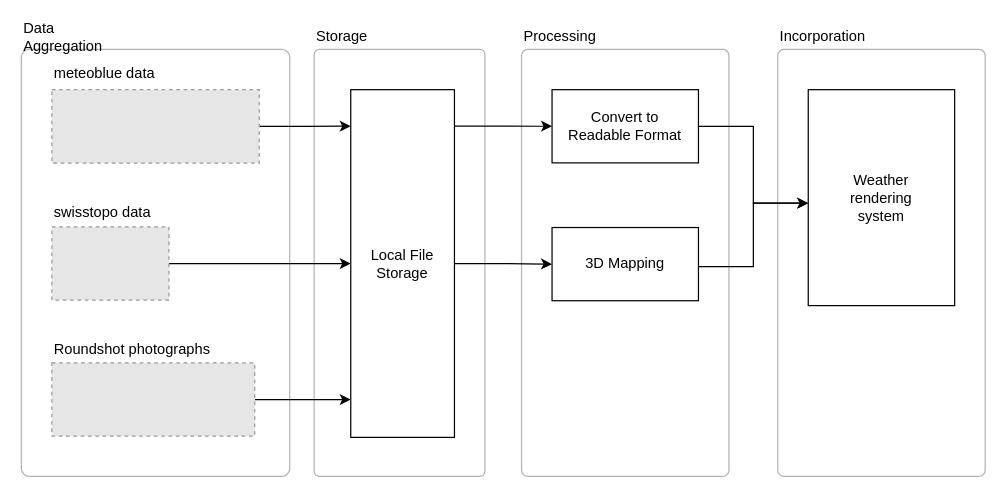
Above: doc/diagrams/weather rendering system (large).drawio in mth0348/2021-thesis (draw.io), before the change. Source tidied: cells renumbered, new cells numbered last; positions are measured from the earlier drawing's top-left corner, leaving out a move shared by most shapes. Both pictures are drawn from the tidied source at 122%, with x=0, y=0 at pixel (21, 24). Pictures stored in the file or linked from it are replaced by grey dashed boxes.
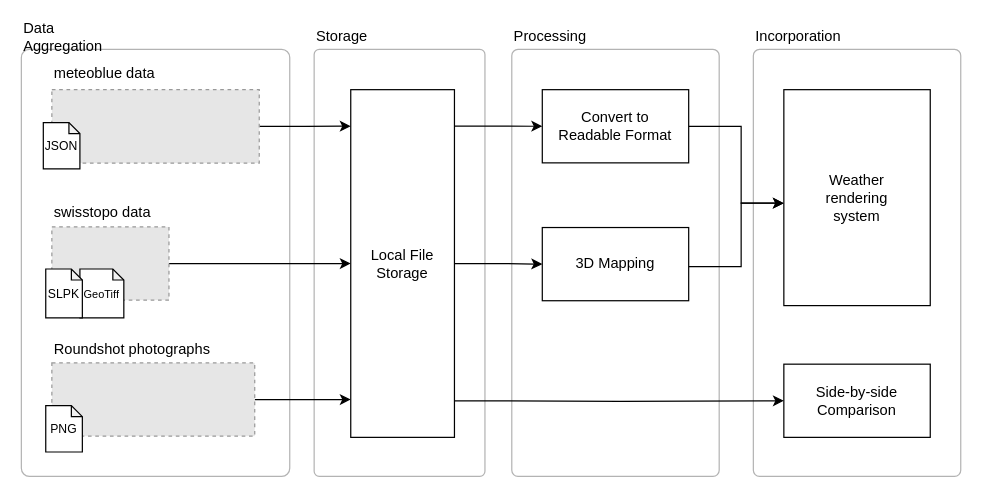
After the change.

Commit message (it also covers changes not shown here):
Updated large diagram.

Change to the diagram source:
```diff
@@
     <mxCell id="3" style="rounded=1;whiteSpace=wrap;html=1;fillColor=none;strokeColor=#B3B3B3;arcSize=3;" parent="1" vertex="1">
-      <mxGeometry x="620" y="20" width="170" height="350" as="geometry" />
+      <mxGeometry x="600" y="20" width="170" height="350" as="geometry" />
     </mxCell>
     <mxCell id="4" style="rounded=1;whiteSpace=wrap;html=1;fillColor=none;strokeColor=#B3B3B3;arcSize=3;" parent="1" vertex="1">
-      <mxGeometry x="410" y="20" width="170" height="350" as="geometry" />
+      <mxGeometry x="402" y="20" width="170" height="350" as="geometry" />
     </mxCell>
@@
     <mxCell id="6" style="edgeStyle=orthogonalEdgeStyle;rounded=0;jettySize=auto;html=1;exitX=1;exitY=0.5;exitDx=0;exitDy=0;" parent="1" edge="1" source="8" target="12">
       <mxGeometry relative="1" as="geometry">
         <Array as="points">
-          <mxPoint x="600" y="83" />
-          <mxPoint x="600" y="146" />
+          <mxPoint x="590" y="83" />
+          <mxPoint x="590" y="146" />
         </Array>
       </mxGeometry>
     </mxCell>
@@
     <mxCell id="8" value="&lt;font face=&quot;Computer Modern&quot;&gt;Convert to&lt;br&gt;Readable Format&lt;br&gt;&lt;/font&gt;" style="rounded=0;whiteSpace=wrap;html=1;align=center;" parent="1" vertex="1">
-      <mxGeometry x="435" y="53" width="120" height="60" as="geometry" />
+      <mxGeometry x="427" y="53" width="120" height="60" as="geometry" />
     </mxCell>
     <mxCell id="9" style="edgeStyle=orthogonalEdgeStyle;rounded=0;jettySize=auto;html=1;" parent="1" edge="1" source="11" target="12">
       <mxGeometry relative="1" as="geometry">
         <Array as="points">
-          <mxPoint x="600" y="198" />
-          <mxPoint x="600" y="146" />
+          <mxPoint x="590" y="198" />
+          <mxPoint x="590" y="146" />
         </Array>
       </mxGeometry>
     </mxCell>
@@
     <mxCell id="11" value="&lt;font face=&quot;Computer Modern&quot;&gt;3D Mapping&lt;/font&gt;" style="rounded=0;whiteSpace=wrap;html=1;" parent="1" vertex="1">
-      <mxGeometry x="435" y="166" width="120" height="60" as="geometry" />
+      <mxGeometry x="427" y="166" width="120" height="60" as="geometry" />
     </mxCell>
     <mxCell id="12" value="&lt;font face=&quot;Computer Modern&quot;&gt;Weather &lt;br&gt;rendering&lt;br&gt;system&lt;/font&gt;" style="rounded=0;whiteSpace=wrap;html=1;" parent="1" vertex="1">
-      <mxGeometry x="645" y="53" width="120" height="177" as="geometry" />
+      <mxGeometry x="625" y="53" width="120" height="177" as="geometry" />
     </mxCell>
@@
     <mxCell id="23" value="&lt;font face=&quot;Computer Modern&quot;&gt;Processing&lt;/font&gt;" style="text;html=1;strokeColor=none;fillColor=none;align=left;verticalAlign=middle;whiteSpace=wrap;rounded=0;" parent="1" vertex="1">
-      <mxGeometry x="410" width="100" height="20" as="geometry" />
+      <mxGeometry x="402" width="100" height="20" as="geometry" />
     </mxCell>
     <mxCell id="24" value="&lt;font face=&quot;Computer Modern&quot;&gt;Incorporation&lt;/font&gt;" style="text;html=1;strokeColor=none;fillColor=none;align=left;verticalAlign=middle;whiteSpace=wrap;rounded=0;" parent="1" vertex="1">
-      <mxGeometry x="620" width="155" height="20" as="geometry" />
+      <mxGeometry x="600" width="155" height="20" as="geometry" />
     </mxCell>
@@
+    <mxCell id="27" value="&lt;font face=&quot;Computer Modern&quot;&gt;Side-by-side&lt;br&gt;Comparison&lt;br&gt;&lt;/font&gt;" style="rounded=0;whiteSpace=wrap;html=1;" parent="1" vertex="1">
+      <mxGeometry x="625" y="278" width="120" height="60" as="geometry" />
+    </mxCell>
+    <mxCell id="28" style="edgeStyle=orthogonalEdgeStyle;rounded=0;jettySize=auto;html=1;entryX=0;entryY=0.5;entryDx=0;entryDy=0;" parent="1" edge="1" target="27">
+      <mxGeometry relative="1" as="geometry">
+        <mxPoint x="355" y="308" as="sourcePoint" />
+      </mxGeometry>
+    </mxCell>
+    <mxCell id="29" value="&lt;font style=&quot;font-size: 10px&quot;&gt;PNG&lt;/font&gt;" style="shape=note;whiteSpace=wrap;html=1;backgroundOutline=1;darkOpacity=0.05;size=9;" parent="1" vertex="1">
+      <mxGeometry x="20" y="312" width="30" height="38" as="geometry" />
+    </mxCell>
+    <mxCell id="30" value="&lt;font style=&quot;font-size: 9px&quot;&gt;GeoTiff&lt;/font&gt;" style="shape=note;whiteSpace=wrap;html=1;backgroundOutline=1;darkOpacity=0.05;size=9;align=center;" parent="1" vertex="1">
+      <mxGeometry x="48" y="200" width="36" height="40" as="geometry" />
+    </mxCell>
+    <mxCell id="31" value="&lt;font style=&quot;font-size: 10px&quot;&gt;SLPK&lt;/font&gt;" style="shape=note;whiteSpace=wrap;html=1;backgroundOutline=1;darkOpacity=0.05;size=9;" parent="1" vertex="1">
+      <mxGeometry x="20" y="200" width="30" height="40" as="geometry" />
+    </mxCell>
+    <mxCell id="32" value="&lt;font style=&quot;font-size: 10px&quot;&gt;JSON&lt;/font&gt;" style="shape=note;whiteSpace=wrap;html=1;backgroundOutline=1;darkOpacity=0.05;size=9;" parent="1" vertex="1">
+      <mxGeometry x="18" y="80" width="30" height="38" as="geometry" />
+    </mxCell>
```
